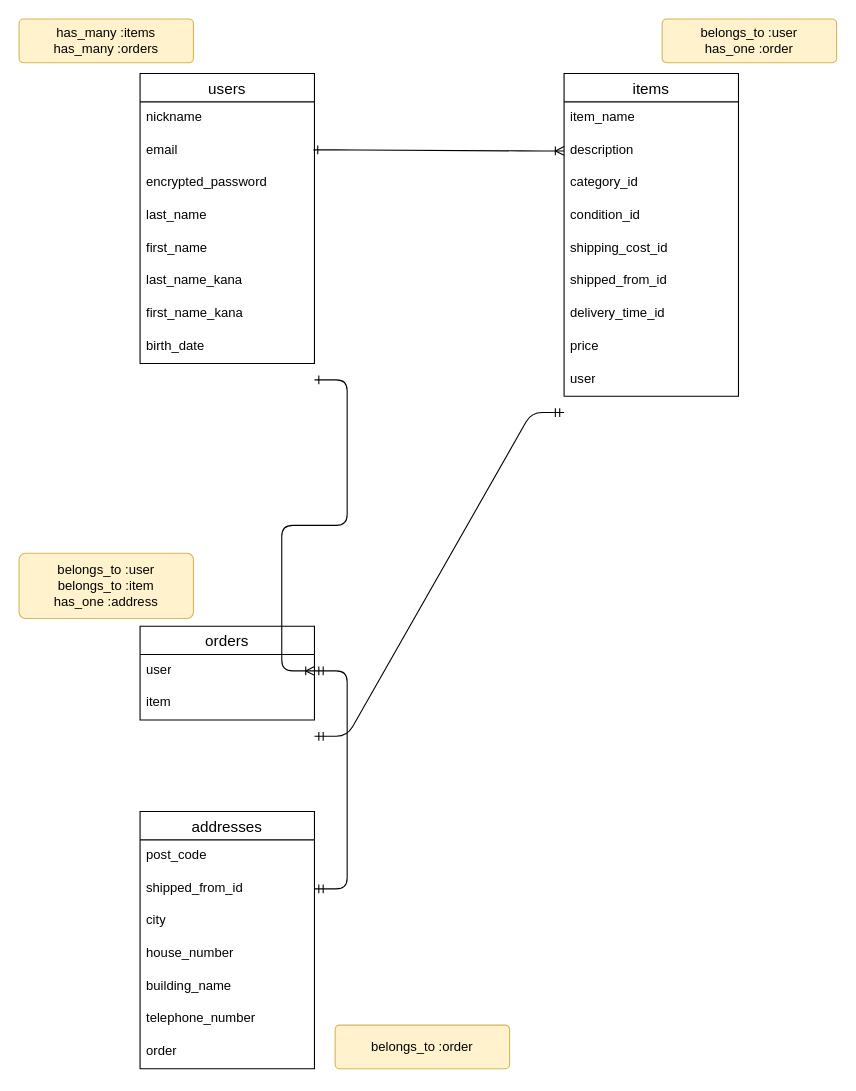
This is furima.dio from tomaton-not/furima-42446, a draw.io file, before an edit. Source tidied: cells renumbered, new cells numbered last; positions are measured from the earlier drawing's top-left corner, leaving out a move shared by most shapes. Both pictures are drawn from the tidied source at 109%, with x=0, y=0 at pixel (19, 19).
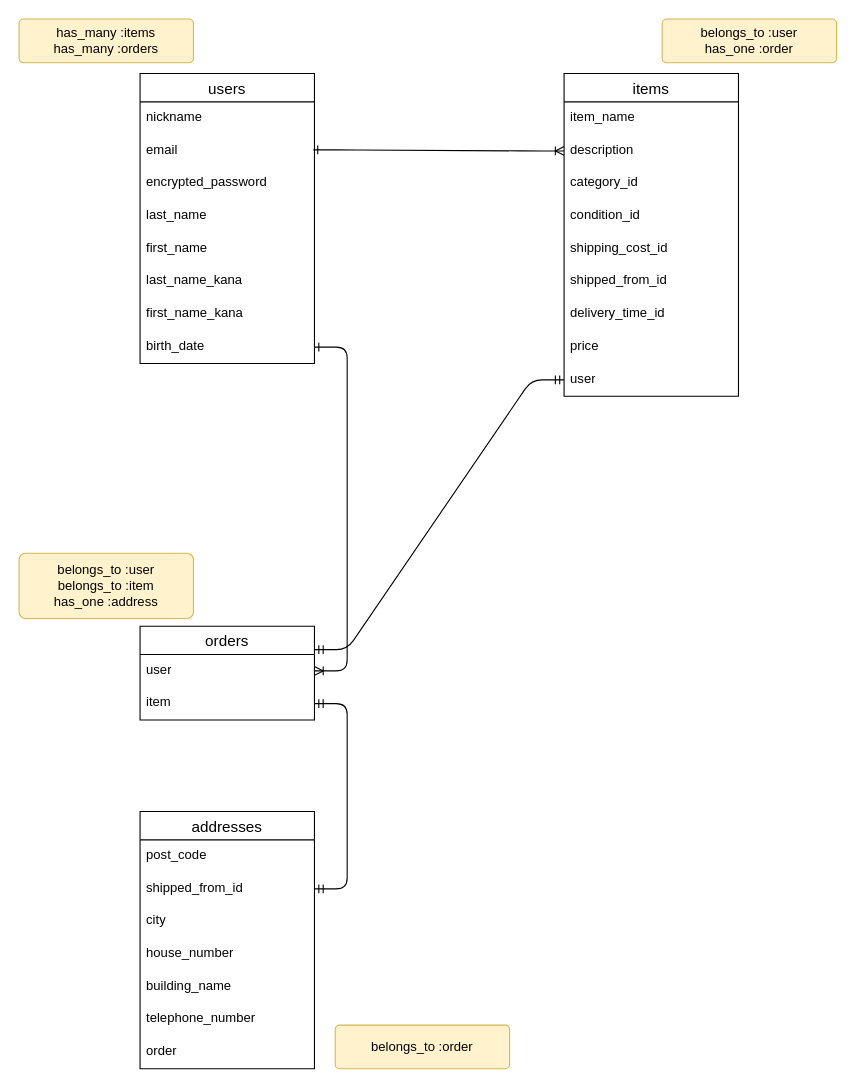
The same diagram, later.

The change refers to these unchanged cells:
```xml
<mxCell id="10" value="birth_date" style="text;strokeColor=none;fillColor=none;spacingLeft=4;spacingRight=4;overflow=hidden;points=[[0,0.5],[1,0.5]];portConstraint=eastwest;fontSize=12;whiteSpace=wrap;html=1;" parent="2" vertex="1">
  <mxGeometry y="236" width="160" height="30" as="geometry" />
</mxCell>
<mxCell id="20" value="user" style="text;strokeColor=none;fillColor=none;spacingLeft=4;spacingRight=4;overflow=hidden;points=[[0,0.5],[1,0.5]];portConstraint=eastwest;fontSize=12;whiteSpace=wrap;html=1;" parent="11" vertex="1">
  <mxGeometry y="266" width="160" height="30" as="geometry" />
</mxCell>
<mxCell id="22" value="orders" style="swimlane;fontStyle=0;horizontal=1;startSize=26;align=center;fontSize=14;" parent="1" vertex="1">
  <mxGeometry x="111" y="557" width="160" height="86" as="geometry" />
</mxCell>
<mxCell id="23" value="user" style="text;strokeColor=none;fillColor=none;spacingLeft=4;spacingRight=4;overflow=hidden;points=[[0,0.5],[1,0.5]];portConstraint=eastwest;fontSize=12;whiteSpace=wrap;html=1;" parent="22" vertex="1">
  <mxGeometry y="26" width="160" height="30" as="geometry" />
</mxCell>
<mxCell id="24" value="item" style="text;strokeColor=none;fillColor=none;spacingLeft=4;spacingRight=4;overflow=hidden;points=[[0,0.5],[1,0.5]];portConstraint=eastwest;fontSize=12;whiteSpace=wrap;html=1;" parent="22" vertex="1">
  <mxGeometry y="56" width="160" height="30" as="geometry" />
</mxCell>
<mxCell id="27" value="&lt;span style=&quot;color: rgb(0, 0, 0);&quot;&gt;shipped_from_id&lt;/span&gt;" style="text;strokeColor=none;fillColor=none;spacingLeft=4;spacingRight=4;overflow=hidden;points=[[0,0.5],[1,0.5]];portConstraint=eastwest;fontSize=12;whiteSpace=wrap;html=1;" parent="25" vertex="1">
  <mxGeometry y="56" width="160" height="30" as="geometry" />
</mxCell>
```

Change to the diagram source:
```diff
@@
-    <mxCell id="33" style="edgeStyle=entityRelationEdgeStyle;fontSize=12;html=1;endArrow=ERmandOne;startArrow=ERmandOne;entryX=1;entryY=0.5;entryDx=0;entryDy=0;exitX=1;exitY=0.5;exitDx=0;exitDy=0;" parent="1" edge="1" source="27" target="23">
+    <mxCell id="33" style="edgeStyle=entityRelationEdgeStyle;fontSize=12;html=1;endArrow=ERmandOne;startArrow=ERmandOne;entryX=1;entryY=0.5;entryDx=0;entryDy=0;exitX=1;exitY=0.5;exitDx=0;exitDy=0;" parent="1" edge="1" source="27" target="24">
       <mxGeometry relative="1" as="geometry">
         <Array as="points">
           <mxPoint x="369" y="707" />
           <mxPoint x="419" y="747" />
           <mxPoint x="329" y="697" />
           <mxPoint x="379" y="707" />
           <mxPoint x="329" y="707" />
         </Array>
       </mxGeometry>
     </mxCell>
-    <mxCell id="34" style="edgeStyle=entityRelationEdgeStyle;fontSize=12;html=1;endArrow=ERoneToMany;entryX=1;entryY=0.5;entryDx=0;entryDy=0;startArrow=ERone;startFill=0;targetPerimeterSpacing=10;sourcePerimeterSpacing=10;strokeWidth=1;strokeColor=default;exitX=1;exitY=0.5;exitDx=0;exitDy=0;" parent="1" edge="1">
-      <mxGeometry relative="1" as="geometry">
-        <mxPoint x="271" y="331" as="sourcePoint" />
-        <mxPoint x="271" y="598" as="targetPoint" />
-      </mxGeometry>
+    <mxCell id="34" style="edgeStyle=entityRelationEdgeStyle;fontSize=12;html=1;endArrow=ERoneToMany;entryX=1;entryY=0.5;entryDx=0;entryDy=0;startArrow=ERone;startFill=0;targetPerimeterSpacing=10;sourcePerimeterSpacing=10;strokeWidth=1;strokeColor=default;exitX=1;exitY=0.5;exitDx=0;exitDy=0;" parent="1" edge="1" source="10" target="23">
+      <mxGeometry relative="1" as="geometry" />
     </mxCell>
-    <mxCell id="35" style="edgeStyle=entityRelationEdgeStyle;fontSize=12;html=1;endArrow=ERmandOne;startArrow=ERmandOne;exitX=1;exitY=0.5;exitDx=0;exitDy=0;" parent="1" edge="1">
+    <mxCell id="35" style="edgeStyle=entityRelationEdgeStyle;fontSize=12;html=1;endArrow=ERmandOne;startArrow=ERmandOne;exitX=1;exitY=0.25;exitDx=0;exitDy=0;entryX=0;entryY=0.5;entryDx=0;entryDy=0;" parent="1" edge="1" source="22" target="20">
       <mxGeometry relative="1" as="geometry">
-        <mxPoint x="271" y="658" as="sourcePoint" />
-        <mxPoint x="500" y="361" as="targetPoint" />
         <Array as="points">
           <mxPoint x="548" y="339" />
           <mxPoint x="598" y="379" />
           <mxPoint x="508" y="329" />
           <mxPoint x="558" y="339" />
           <mxPoint x="508" y="339" />
         </Array>
       </mxGeometry>
     </mxCell>
```
